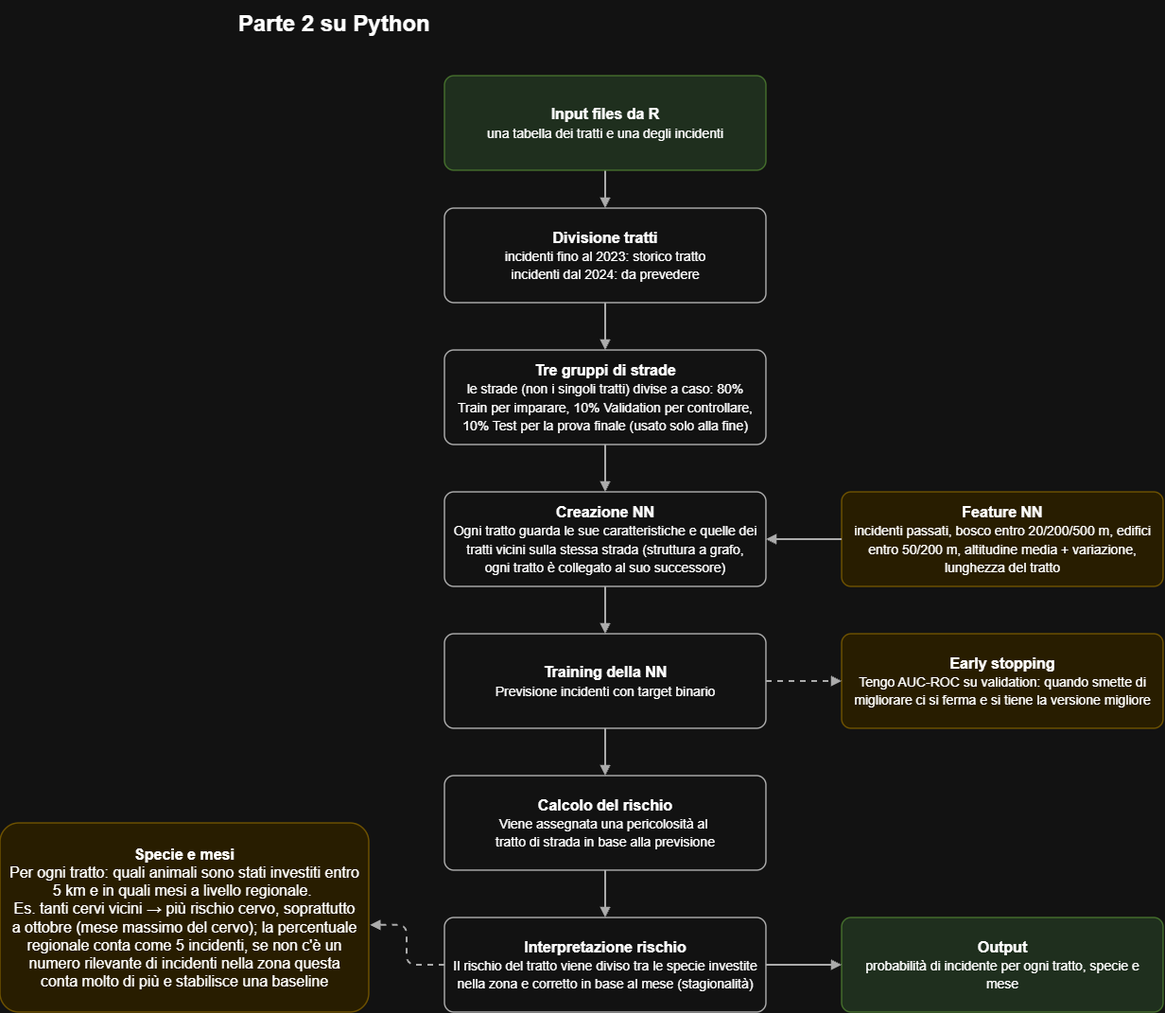
This is pipeline2.png from Alepsyco/Progetto-fauna, a draw.io export, as it was before one commit. Source tidied: cells renumbered, new cells last; positions are measured from the earlier drawing's top-left corner, leaving out a move shared by most shapes. Source of this version:
```xml
<mxGraphModel>
  <root>
    <mxCell id="0" />
    <mxCell id="1" parent="0" />
    <mxCell id="2" value="Parte 2 su Python" style="text;html=1;align=left;verticalAlign=middle;fontSize=24;fontStyle=1;" parent="1" vertex="1">
      <mxGeometry x="250" width="900" height="50" as="geometry" />
    </mxCell>
    <mxCell id="3" value="&lt;b&gt;Divisione tratti&lt;/b&gt;&lt;br&gt;&lt;span style=&quot;font-size:14px&quot;&gt;incidenti fino al 2023: storico tratto&lt;br&gt;incidenti dal 2024: da prevedere&lt;/span&gt;" style="rounded=1;arcSize=10;whiteSpace=wrap;html=1;fontSize=16;spacing=10;strokeWidth=1.5;fillColor=#ffffff;strokeColor=#4d4d4d;" parent="1" vertex="1">
      <mxGeometry x="470" y="220" width="340" height="100" as="geometry" />
    </mxCell>
    <mxCell id="4" value="&lt;b&gt;Tre gruppi di strade&lt;/b&gt;&lt;br&gt;&lt;span style=&quot;font-size:14px&quot;&gt;le strade (non i singoli tratti) divise a caso: 80% Train per imparare, 10% Validation per controllare, 10% Test per la prova finale (usato solo alla fine)&lt;/span&gt;" style="rounded=1;arcSize=10;whiteSpace=wrap;html=1;fontSize=16;spacing=10;strokeWidth=1.5;fillColor=#ffffff;strokeColor=#4d4d4d;" parent="1" vertex="1">
      <mxGeometry x="470" y="370" width="340" height="100" as="geometry" />
    </mxCell>
    <mxCell id="5" value="&lt;b&gt;Creazione NN&lt;/b&gt;&lt;br&gt;&lt;span style=&quot;font-size:14px&quot;&gt;Ogni tratto guarda le sue caratteristiche e quelle dei tratti vicini sulla stessa strada (struttura a grafo, ogni tratto è collegato al suo successore)&lt;/span&gt;" style="rounded=1;arcSize=10;whiteSpace=wrap;html=1;fontSize=16;spacing=10;strokeWidth=1.5;fillColor=#ffffff;strokeColor=#4d4d4d;" parent="1" vertex="1">
      <mxGeometry x="470" y="520" width="340" height="100" as="geometry" />
    </mxCell>
    <mxCell id="6" value="&lt;b&gt;Feature NN&lt;/b&gt;&lt;br&gt;&lt;span style=&quot;font-size:14px&quot;&gt;incidenti passati, bosco entro 20/200/500 m, edifici entro 50/200 m, altitudine media + variazione, lunghezza del tratto&lt;/span&gt;" style="rounded=1;arcSize=10;whiteSpace=wrap;html=1;fontSize=16;spacing=10;strokeWidth=1.5;fillColor=#fff2cc;strokeColor=#d6b656;" parent="1" vertex="1">
      <mxGeometry x="890" y="520" width="340" height="100" as="geometry" />
    </mxCell>
    <mxCell id="7" value="&lt;b&gt;Training della NN&lt;/b&gt;&lt;br&gt;&lt;span style=&quot;font-size:14px&quot;&gt;Previsione incidenti con target binario&lt;/span&gt;" style="rounded=1;arcSize=10;whiteSpace=wrap;html=1;fontSize=16;spacing=10;strokeWidth=1.5;fillColor=#ffffff;strokeColor=#4d4d4d;" parent="1" vertex="1">
      <mxGeometry x="470" y="670" width="340" height="100" as="geometry" />
    </mxCell>
    <mxCell id="8" value="&lt;b&gt;Early stopping&lt;/b&gt;&lt;br&gt;&lt;span style=&quot;font-size:14px&quot;&gt;Tengo AUC-ROC su validation: quando smette di migliorare ci si ferma e si tiene la versione migliore&lt;/span&gt;" style="rounded=1;arcSize=10;whiteSpace=wrap;html=1;fontSize=16;spacing=10;strokeWidth=1.5;fillColor=#fff2cc;strokeColor=#d6b656;" parent="1" vertex="1">
      <mxGeometry x="890" y="670" width="340" height="100" as="geometry" />
    </mxCell>
    <mxCell id="9" value="&lt;b&gt;Interpretazione rischio&lt;/b&gt;&lt;br&gt;&lt;span style=&quot;font-size:14px&quot;&gt;Il rischio del tratto viene diviso tra le specie investite nella zona e corretto in base al mese (stagionalità)&lt;/span&gt;" style="rounded=1;arcSize=10;whiteSpace=wrap;html=1;fontSize=16;spacing=10;strokeWidth=1.5;fillColor=#ffffff;strokeColor=#4d4d4d;" parent="1" vertex="1">
      <mxGeometry x="470" y="970" width="340" height="100" as="geometry" />
    </mxCell>
    <mxCell id="10" value="&lt;b&gt;Output&lt;/b&gt;&lt;br&gt;&lt;span style=&quot;font-size:14px&quot;&gt;probabilità di incidente per ogni tratto, specie e mese&lt;/span&gt;" style="rounded=1;arcSize=10;whiteSpace=wrap;html=1;fontSize=16;spacing=10;strokeWidth=1.5;fillColor=#d5e8d4;strokeColor=#82b366;" parent="1" vertex="1">
      <mxGeometry x="890" y="970" width="340" height="100" as="geometry" />
    </mxCell>
    <mxCell id="11" style="edgeStyle=orthogonalEdgeStyle;rounded=1;html=1;endArrow=block;endFill=1;strokeWidth=2;strokeColor=#4d4d4d;exitX=0.5;exitY=1;exitDx=0;exitDy=0;" parent="1" edge="1" source="19" target="3">
      <mxGeometry relative="1" as="geometry" />
    </mxCell>
    <mxCell id="12" style="edgeStyle=orthogonalEdgeStyle;rounded=1;html=1;endArrow=block;endFill=1;strokeWidth=2;strokeColor=#4d4d4d;" parent="1" edge="1" source="3" target="4">
      <mxGeometry relative="1" as="geometry" />
    </mxCell>
    <mxCell id="13" style="edgeStyle=orthogonalEdgeStyle;rounded=1;html=1;endArrow=block;endFill=1;strokeWidth=2;strokeColor=#4d4d4d;" parent="1" edge="1" source="4" target="5">
      <mxGeometry relative="1" as="geometry" />
    </mxCell>
    <mxCell id="14" style="edgeStyle=orthogonalEdgeStyle;rounded=1;html=1;endArrow=block;endFill=1;strokeWidth=2;strokeColor=#4d4d4d;" parent="1" edge="1" source="6" target="5">
      <mxGeometry relative="1" as="geometry" />
    </mxCell>
    <mxCell id="15" style="edgeStyle=orthogonalEdgeStyle;rounded=1;html=1;endArrow=block;endFill=1;strokeWidth=2;strokeColor=#4d4d4d;" parent="1" edge="1" source="5" target="7">
      <mxGeometry relative="1" as="geometry" />
    </mxCell>
    <mxCell id="16" style="edgeStyle=orthogonalEdgeStyle;rounded=1;html=1;endArrow=block;endFill=1;strokeWidth=2;strokeColor=#4d4d4d;exitX=0.5;exitY=1;exitDx=0;exitDy=0;" parent="1" edge="1" source="20" target="9">
      <mxGeometry relative="1" as="geometry" />
    </mxCell>
    <mxCell id="17" style="edgeStyle=orthogonalEdgeStyle;rounded=1;html=1;endArrow=block;endFill=1;strokeWidth=2;strokeColor=#4d4d4d;" parent="1" edge="1" source="9" target="10">
      <mxGeometry relative="1" as="geometry" />
    </mxCell>
    <mxCell id="18" style="edgeStyle=orthogonalEdgeStyle;rounded=1;html=1;endArrow=block;endFill=1;strokeWidth=2;strokeColor=#4d4d4d;dashed=1;" parent="1" edge="1" source="7" target="8">
      <mxGeometry relative="1" as="geometry" />
    </mxCell>
    <mxCell id="19" value="&lt;b&gt;Input files da R&lt;/b&gt;&lt;br&gt;&lt;span style=&quot;font-size:14px&quot;&gt;una tabella dei tratti e una degli incidenti&lt;/span&gt;" style="rounded=1;arcSize=10;whiteSpace=wrap;html=1;fontSize=16;spacing=10;strokeWidth=1.5;fillColor=#d5e8d4;strokeColor=#82b366;" parent="1" vertex="1">
      <mxGeometry x="470" y="80" width="340" height="100" as="geometry" />
    </mxCell>
    <mxCell id="20" value="&lt;b&gt;Calcolo del rischio&lt;/b&gt;&lt;br&gt;&lt;span style=&quot;font-size:14px&quot;&gt;Viene assegnata una pericolosità al&amp;nbsp;&lt;/span&gt;&lt;div&gt;&lt;span style=&quot;font-size:14px&quot;&gt;tratto di strada in base alla previsione&lt;/span&gt;&lt;/div&gt;" style="rounded=1;arcSize=10;whiteSpace=wrap;html=1;fontSize=16;spacing=10;strokeWidth=1.5;fillColor=#ffffff;strokeColor=#4d4d4d;" parent="1" vertex="1">
      <mxGeometry x="470" y="820" width="340" height="100" as="geometry" />
    </mxCell>
    <mxCell id="21" style="edgeStyle=orthogonalEdgeStyle;rounded=1;html=1;endArrow=block;endFill=1;strokeWidth=2;strokeColor=#4d4d4d;exitX=0.5;exitY=1;exitDx=0;exitDy=0;entryX=0.5;entryY=0;entryDx=0;entryDy=0;" parent="1" edge="1" source="7" target="20">
      <mxGeometry x="0.86" relative="1" as="geometry" />
    </mxCell>
    <mxCell id="22" value="&lt;b&gt;Specie e mesi&lt;/b&gt;&lt;br&gt;Per ogni tratto: quali animali sono stati investiti entro 5 km e in quali mesi a livello regionale.&amp;nbsp;&lt;div&gt;Es. tanti cervi vicini → più rischio cervo, soprattutto a ottobre (mese massimo del cervo); la percentuale regionale conta come 5 incidenti, se non c'è un numero rilevante di incidenti nella zona questa conta molto di più e stabilisce una baseline&lt;/div&gt;" style="rounded=1;arcSize=10;whiteSpace=wrap;html=1;fontSize=16;spacing=10;strokeWidth=1.5;fillColor=#fff2cc;strokeColor=#d6b656;" parent="1" vertex="1">
      <mxGeometry y="870" width="390" height="200" as="geometry" />
    </mxCell>
    <mxCell id="23" style="edgeStyle=orthogonalEdgeStyle;rounded=1;html=1;endArrow=block;endFill=1;strokeWidth=2;strokeColor=#4d4d4d;dashed=1;entryX=1.003;entryY=0.539;entryDx=0;entryDy=0;entryPerimeter=0;exitX=0;exitY=0.5;exitDx=0;exitDy=0;" parent="1" edge="1" source="9" target="22">
      <mxGeometry relative="1" as="geometry" />
    </mxCell>
  </root>
</mxGraphModel>
```
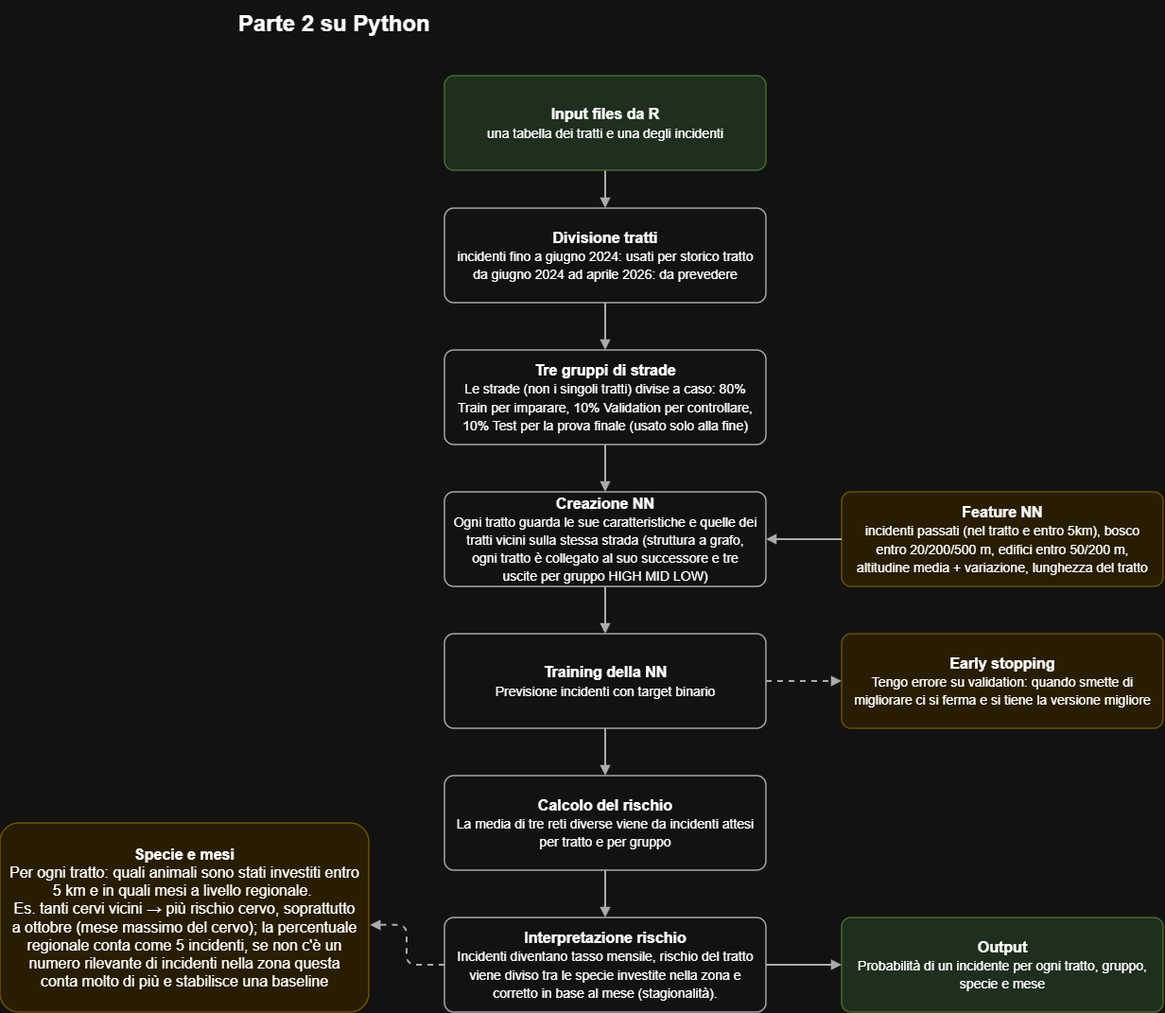
After the commit.

The edit, as a diff of the source:
```diff
@@ -5,28 +5,28 @@
     <mxCell id="2" value="Parte 2 su Python" style="text;html=1;align=left;verticalAlign=middle;fontSize=24;fontStyle=1;" parent="1" vertex="1">
       <mxGeometry x="250" width="900" height="50" as="geometry" />
     </mxCell>
-    <mxCell id="3" value="&lt;b&gt;Divisione tratti&lt;/b&gt;&lt;br&gt;&lt;span style=&quot;font-size:14px&quot;&gt;incidenti fino al 2023: storico tratto&lt;br&gt;incidenti dal 2024: da prevedere&lt;/span&gt;" style="rounded=1;arcSize=10;whiteSpace=wrap;html=1;fontSize=16;spacing=10;strokeWidth=1.5;fillColor=#ffffff;strokeColor=#4d4d4d;" parent="1" vertex="1">
+    <mxCell id="3" value="&lt;b&gt;Divisione tratti&lt;/b&gt;&lt;br&gt;&lt;span style=&quot;font-size:14px&quot;&gt;incidenti fino a giugno 2024: usati per storico tratto&lt;br&gt;da giugno 2024 ad aprile 2026: da prevedere&lt;/span&gt;" style="rounded=1;arcSize=10;whiteSpace=wrap;html=1;fontSize=16;spacing=10;strokeWidth=1.5;fillColor=#ffffff;strokeColor=#4d4d4d;" parent="1" vertex="1">
       <mxGeometry x="470" y="220" width="340" height="100" as="geometry" />
     </mxCell>
-    <mxCell id="4" value="&lt;b&gt;Tre gruppi di strade&lt;/b&gt;&lt;br&gt;&lt;span style=&quot;font-size:14px&quot;&gt;le strade (non i singoli tratti) divise a caso: 80% Train per imparare, 10% Validation per controllare, 10% Test per la prova finale (usato solo alla fine)&lt;/span&gt;" style="rounded=1;arcSize=10;whiteSpace=wrap;html=1;fontSize=16;spacing=10;strokeWidth=1.5;fillColor=#ffffff;strokeColor=#4d4d4d;" parent="1" vertex="1">
+    <mxCell id="4" value="&lt;b&gt;Tre gruppi di strade&lt;/b&gt;&lt;br&gt;&lt;span style=&quot;font-size:14px&quot;&gt;Le strade (non i singoli tratti) divise a caso: 80% Train per imparare, 10% Validation per controllare, 10% Test per la prova finale (usato solo alla fine)&lt;/span&gt;" style="rounded=1;arcSize=10;whiteSpace=wrap;html=1;fontSize=16;spacing=10;strokeWidth=1.5;fillColor=#ffffff;strokeColor=#4d4d4d;" parent="1" vertex="1">
       <mxGeometry x="470" y="370" width="340" height="100" as="geometry" />
     </mxCell>
-    <mxCell id="5" value="&lt;b&gt;Creazione NN&lt;/b&gt;&lt;br&gt;&lt;span style=&quot;font-size:14px&quot;&gt;Ogni tratto guarda le sue caratteristiche e quelle dei tratti vicini sulla stessa strada (struttura a grafo, ogni tratto è collegato al suo successore)&lt;/span&gt;" style="rounded=1;arcSize=10;whiteSpace=wrap;html=1;fontSize=16;spacing=10;strokeWidth=1.5;fillColor=#ffffff;strokeColor=#4d4d4d;" parent="1" vertex="1">
+    <mxCell id="5" value="&lt;b&gt;Creazione NN&lt;/b&gt;&lt;br&gt;&lt;span style=&quot;font-size:14px&quot;&gt;Ogni tratto guarda le sue caratteristiche e quelle dei tratti vicini sulla stessa strada (struttura a grafo, ogni tratto è collegato al suo successore e tre uscite per gruppo HIGH MID LOW)&lt;/span&gt;" style="rounded=1;arcSize=10;whiteSpace=wrap;html=1;fontSize=16;spacing=10;strokeWidth=1.5;fillColor=#ffffff;strokeColor=#4d4d4d;" parent="1" vertex="1">
       <mxGeometry x="470" y="520" width="340" height="100" as="geometry" />
     </mxCell>
-    <mxCell id="6" value="&lt;b&gt;Feature NN&lt;/b&gt;&lt;br&gt;&lt;span style=&quot;font-size:14px&quot;&gt;incidenti passati, bosco entro 20/200/500 m, edifici entro 50/200 m, altitudine media + variazione, lunghezza del tratto&lt;/span&gt;" style="rounded=1;arcSize=10;whiteSpace=wrap;html=1;fontSize=16;spacing=10;strokeWidth=1.5;fillColor=#fff2cc;strokeColor=#d6b656;" parent="1" vertex="1">
+    <mxCell id="6" value="&lt;b&gt;Feature NN&lt;/b&gt;&lt;br&gt;&lt;span style=&quot;font-size:14px&quot;&gt;incidenti passati (nel tratto e entro 5km), bosco entro 20/200/500 m, edifici entro 50/200 m, altitudine media + variazione, lunghezza del tratto&lt;/span&gt;" style="rounded=1;arcSize=10;whiteSpace=wrap;html=1;fontSize=16;spacing=10;strokeWidth=1.5;fillColor=#fff2cc;strokeColor=#d6b656;" parent="1" vertex="1">
       <mxGeometry x="890" y="520" width="340" height="100" as="geometry" />
     </mxCell>
     <mxCell id="7" value="&lt;b&gt;Training della NN&lt;/b&gt;&lt;br&gt;&lt;span style=&quot;font-size:14px&quot;&gt;Previsione incidenti con target binario&lt;/span&gt;" style="rounded=1;arcSize=10;whiteSpace=wrap;html=1;fontSize=16;spacing=10;strokeWidth=1.5;fillColor=#ffffff;strokeColor=#4d4d4d;" parent="1" vertex="1">
       <mxGeometry x="470" y="670" width="340" height="100" as="geometry" />
     </mxCell>
-    <mxCell id="8" value="&lt;b&gt;Early stopping&lt;/b&gt;&lt;br&gt;&lt;span style=&quot;font-size:14px&quot;&gt;Tengo AUC-ROC su validation: quando smette di migliorare ci si ferma e si tiene la versione migliore&lt;/span&gt;" style="rounded=1;arcSize=10;whiteSpace=wrap;html=1;fontSize=16;spacing=10;strokeWidth=1.5;fillColor=#fff2cc;strokeColor=#d6b656;" parent="1" vertex="1">
+    <mxCell id="8" value="&lt;b&gt;Early stopping&lt;/b&gt;&lt;br&gt;&lt;span style=&quot;font-size:14px&quot;&gt;Tengo errore su validation: quando smette di migliorare ci si ferma e si tiene la versione migliore&lt;/span&gt;" style="rounded=1;arcSize=10;whiteSpace=wrap;html=1;fontSize=16;spacing=10;strokeWidth=1.5;fillColor=#fff2cc;strokeColor=#d6b656;" parent="1" vertex="1">
       <mxGeometry x="890" y="670" width="340" height="100" as="geometry" />
     </mxCell>
-    <mxCell id="9" value="&lt;b&gt;Interpretazione rischio&lt;/b&gt;&lt;br&gt;&lt;span style=&quot;font-size:14px&quot;&gt;Il rischio del tratto viene diviso tra le specie investite nella zona e corretto in base al mese (stagionalità)&lt;/span&gt;" style="rounded=1;arcSize=10;whiteSpace=wrap;html=1;fontSize=16;spacing=10;strokeWidth=1.5;fillColor=#ffffff;strokeColor=#4d4d4d;" parent="1" vertex="1">
+    <mxCell id="9" value="&lt;b&gt;Interpretazione rischio&lt;/b&gt;&lt;br&gt;&lt;span style=&quot;font-size:14px&quot;&gt;Incidenti diventano tasso mensile, rischio del tratto viene diviso tra le specie investite nella zona e corretto in base al mese (stagionalità).&lt;/span&gt;" style="rounded=1;arcSize=10;whiteSpace=wrap;html=1;fontSize=16;spacing=10;strokeWidth=1.5;fillColor=#ffffff;strokeColor=#4d4d4d;" parent="1" vertex="1">
       <mxGeometry x="470" y="970" width="340" height="100" as="geometry" />
     </mxCell>
-    <mxCell id="10" value="&lt;b&gt;Output&lt;/b&gt;&lt;br&gt;&lt;span style=&quot;font-size:14px&quot;&gt;probabilità di incidente per ogni tratto, specie e mese&lt;/span&gt;" style="rounded=1;arcSize=10;whiteSpace=wrap;html=1;fontSize=16;spacing=10;strokeWidth=1.5;fillColor=#d5e8d4;strokeColor=#82b366;" parent="1" vertex="1">
+    <mxCell id="10" value="&lt;b&gt;Output&lt;/b&gt;&lt;br&gt;&lt;span style=&quot;font-size:14px&quot;&gt;Probabilità di un incidente per ogni tratto, gruppo, specie e mese&lt;/span&gt;" style="rounded=1;arcSize=10;whiteSpace=wrap;html=1;fontSize=16;spacing=10;strokeWidth=1.5;fillColor=#d5e8d4;strokeColor=#82b366;" parent="1" vertex="1">
       <mxGeometry x="890" y="970" width="340" height="100" as="geometry" />
     </mxCell>
     <mxCell id="11" style="edgeStyle=orthogonalEdgeStyle;rounded=1;html=1;endArrow=block;endFill=1;strokeWidth=2;strokeColor=#4d4d4d;exitX=0.5;exitY=1;exitDx=0;exitDy=0;" parent="1" edge="1" source="19" target="3">
@@ -56,7 +56,7 @@
     <mxCell id="19" value="&lt;b&gt;Input files da R&lt;/b&gt;&lt;br&gt;&lt;span style=&quot;font-size:14px&quot;&gt;una tabella dei tratti e una degli incidenti&lt;/span&gt;" style="rounded=1;arcSize=10;whiteSpace=wrap;html=1;fontSize=16;spacing=10;strokeWidth=1.5;fillColor=#d5e8d4;strokeColor=#82b366;" parent="1" vertex="1">
       <mxGeometry x="470" y="80" width="340" height="100" as="geometry" />
     </mxCell>
-    <mxCell id="20" value="&lt;b&gt;Calcolo del rischio&lt;/b&gt;&lt;br&gt;&lt;span style=&quot;font-size:14px&quot;&gt;Viene assegnata una pericolosità al&amp;nbsp;&lt;/span&gt;&lt;div&gt;&lt;span style=&quot;font-size:14px&quot;&gt;tratto di strada in base alla previsione&lt;/span&gt;&lt;/div&gt;" style="rounded=1;arcSize=10;whiteSpace=wrap;html=1;fontSize=16;spacing=10;strokeWidth=1.5;fillColor=#ffffff;strokeColor=#4d4d4d;" parent="1" vertex="1">
+    <mxCell id="20" value="&lt;b&gt;Calcolo del rischio&lt;/b&gt;&lt;br&gt;&lt;span style=&quot;font-size:14px&quot;&gt;La media di tre reti diverse viene da incidenti attesi per tratto e per gruppo&lt;br&gt;&lt;/span&gt;" style="rounded=1;arcSize=10;whiteSpace=wrap;html=1;fontSize=16;spacing=10;strokeWidth=1.5;fillColor=#ffffff;strokeColor=#4d4d4d;" parent="1" vertex="1">
       <mxGeometry x="470" y="820" width="340" height="100" as="geometry" />
     </mxCell>
     <mxCell id="21" style="edgeStyle=orthogonalEdgeStyle;rounded=1;html=1;endArrow=block;endFill=1;strokeWidth=2;strokeColor=#4d4d4d;exitX=0.5;exitY=1;exitDx=0;exitDy=0;entryX=0.5;entryY=0;entryDx=0;entryDy=0;" parent="1" edge="1" source="7" target="20">
```
